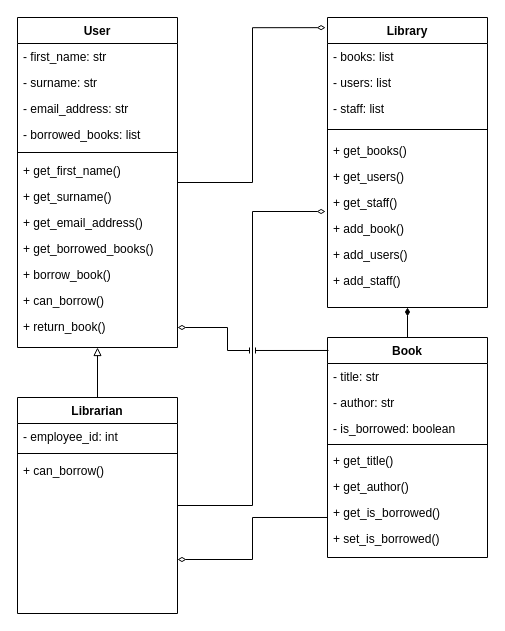
Before: docs/lms_class_diagram.drawio in JoshuaBilsland/library-management-system, a draw.io diagram. Source tidied: cells renumbered, new cells numbered last; positions are measured from the earlier drawing's top-left corner, leaving out a move shared by most shapes. Both pictures are drawn from the tidied source at 100%, with x=0, y=0 at pixel (17, 17).
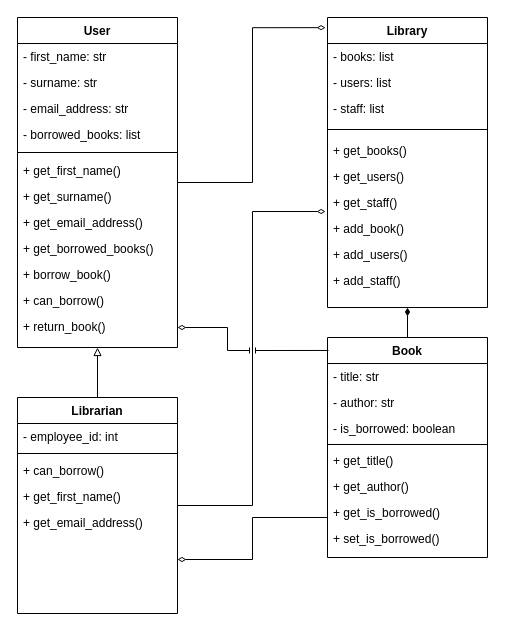
After the change.

Commit message:
docs: update class diagram

The change refers to these unchanged cells:
```xml
<mxCell id="28" value="Librarian" style="swimlane;fontStyle=1;align=center;verticalAlign=top;horizontal=1;startSize=26;rounded=0;shadow=0;strokeWidth=1;" parent="1" vertex="1">
  <mxGeometry y="380" width="160" height="216" as="geometry" />
</mxCell>
```

Change to the diagram source:
```diff
@@
+    <mxCell id="45" value="+ get_first_name()" style="text;strokeColor=none;fillColor=none;align=left;verticalAlign=top;spacingLeft=4;spacingRight=4;overflow=hidden;whiteSpace=wrap;html=1;" parent="28" vertex="1">
+      <mxGeometry y="86" width="160" height="26" as="geometry" />
+    </mxCell>
+    <mxCell id="46" value="+ get_email_address()" style="text;strokeColor=none;fillColor=none;align=left;verticalAlign=top;spacingLeft=4;spacingRight=4;overflow=hidden;whiteSpace=wrap;html=1;" parent="28" vertex="1">
+      <mxGeometry y="112" width="160" height="26" as="geometry" />
+    </mxCell>
```
